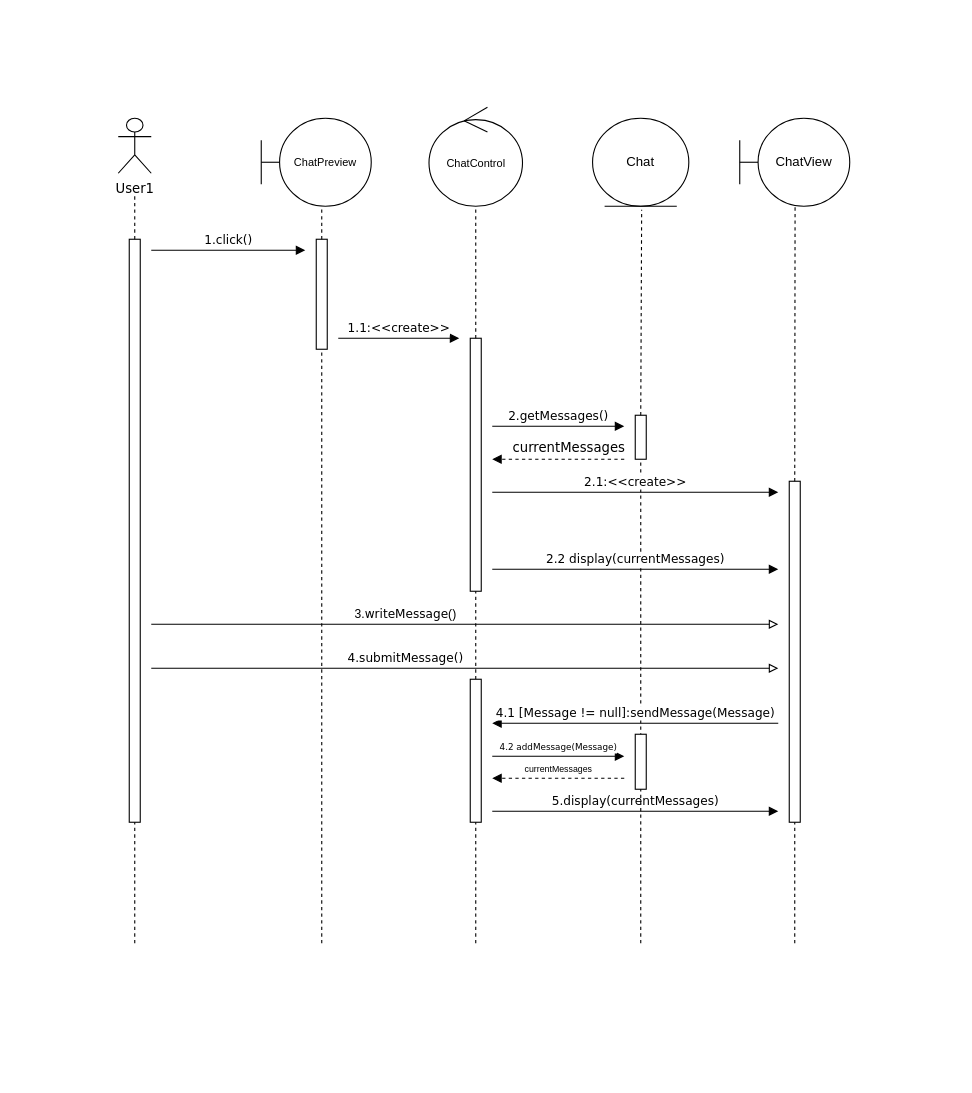
Above: Documentazione/Requirement_Analysis_Document/Sequence_Diagrams/SQ_Messaggistica_Editable.drawio in JacopoPassariello/TuringCareers (draw.io), before the change. Source tidied: cells renumbered, new cells numbered last; positions are measured from the earlier drawing's top-left corner, leaving out a move shared by most shapes. Both pictures are drawn from the tidied source at 110%, with x=0, y=0 at pixel (118, 107).
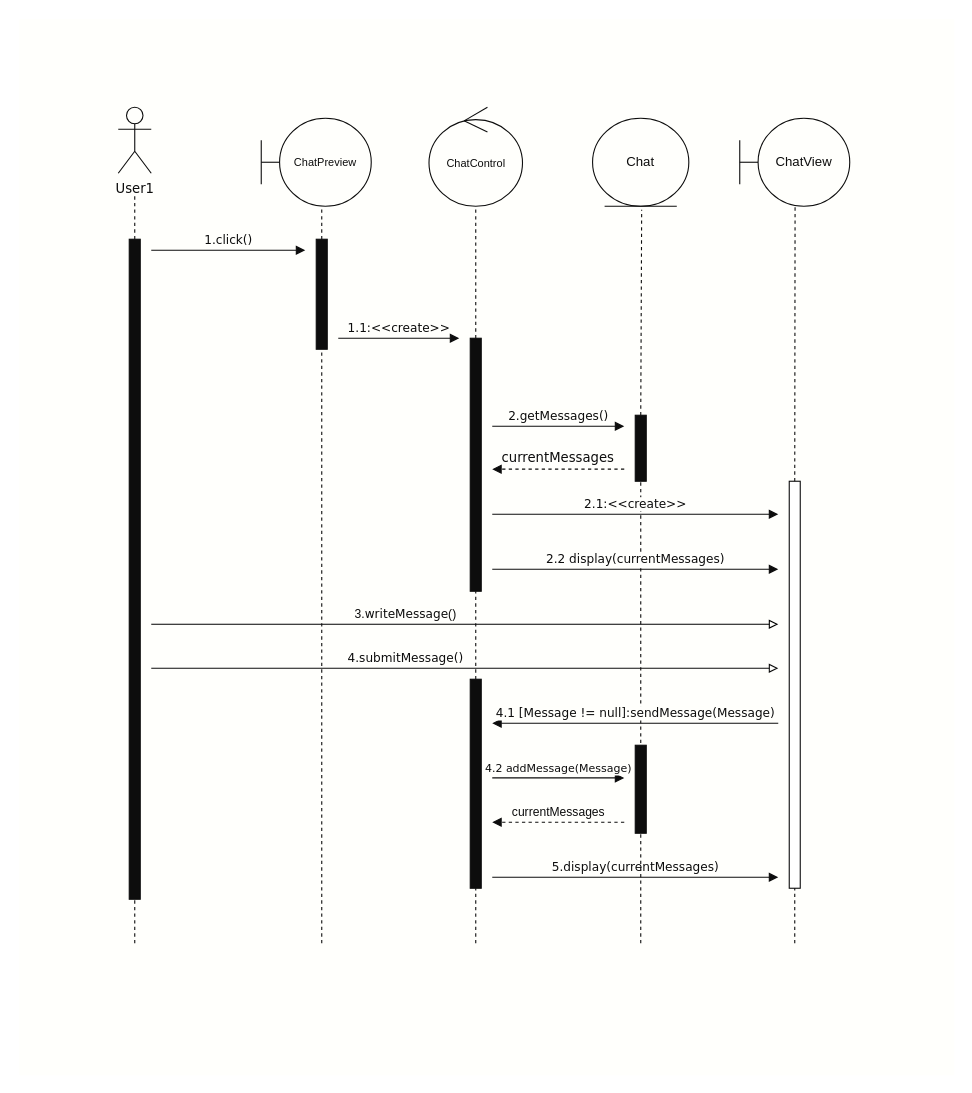
Above is the later version.

Commit message (it also covers changes not shown here):
update sequence diagrams

What changed in the source:
```diff
@@
+    <mxCell id="40" style="rounded=0;whiteSpace=wrap;html=1;strokeColor=none;fillColor=#FFFFFC;fontColor=#0D0D0D;labelBackgroundColor=#FFFFFC;" parent="1" vertex="1">
+      <mxGeometry x="-90" y="-80" width="850" height="960" as="geometry" />
+    </mxCell>
-    <mxCell id="2" value="&lt;font face=&quot;Verdana&quot;&gt;User1&lt;/font&gt;" style="shape=umlActor;verticalLabelPosition=bottom;verticalAlign=top;html=1;" parent="1" vertex="1">
-      <mxGeometry y="10" width="30" height="50" as="geometry" />
+    <mxCell id="2" value="&lt;font face=&quot;Verdana&quot;&gt;User1&lt;/font&gt;" style="shape=umlActor;verticalLabelPosition=bottom;verticalAlign=top;html=1;fontColor=#0D0D0D;strokeColor=#0D0D0D;fillColor=#FFFFFC;" parent="1" vertex="1">
+      <mxGeometry width="30" height="60" as="geometry" />
     </mxCell>
-    <mxCell id="3" value="&lt;font style=&quot;font-size: 10px;&quot;&gt;ChatPreview&lt;/font&gt;" style="shape=umlBoundary;whiteSpace=wrap;html=1;" parent="1" vertex="1">
+    <mxCell id="3" value="&lt;font style=&quot;font-size: 10px;&quot;&gt;ChatPreview&lt;/font&gt;" style="shape=umlBoundary;whiteSpace=wrap;html=1;fillColor=#FFFFFC;strokeColor=#0D0D0D;fontColor=#0D0D0D;" parent="1" vertex="1">
       <mxGeometry x="130" y="10" width="100" height="80" as="geometry" />
     </mxCell>
-    <mxCell id="4" style="rounded=0;whiteSpace=wrap;html=1;" parent="1" vertex="1">
-      <mxGeometry x="10" y="120" width="10" height="530" as="geometry" />
+    <mxCell id="4" style="rounded=0;whiteSpace=wrap;html=1;strokeColor=#0D0D0D;fillColor=#0D0D0D;" parent="1" vertex="1">
+      <mxGeometry x="10" y="120" width="10" height="600" as="geometry" />
     </mxCell>
-    <mxCell id="5" style="rounded=0;whiteSpace=wrap;html=1;" parent="1" vertex="1">
+    <mxCell id="5" style="rounded=0;whiteSpace=wrap;html=1;strokeColor=#0D0D0D;fillColor=#0D0D0D;" parent="1" vertex="1">
       <mxGeometry x="180" y="120" width="10" height="100" as="geometry" />
     </mxCell>
-    <mxCell id="6" value="&lt;font face=&quot;Verdana&quot;&gt;1.1:&amp;lt;&amp;lt;create&amp;gt;&amp;gt;&lt;/font&gt;" style="html=1;verticalAlign=bottom;endArrow=block;curved=0;rounded=0;" parent="1" edge="1">
+    <mxCell id="6" value="&lt;font style=&quot;&quot; color=&quot;#0d0d0d&quot; face=&quot;Verdana&quot;&gt;1.1:&amp;lt;&amp;lt;create&amp;gt;&amp;gt;&lt;/font&gt;" style="html=1;verticalAlign=bottom;endArrow=block;curved=0;rounded=0;strokeColor=#0D0D0D;labelBackgroundColor=none;" parent="1" edge="1">
       <mxGeometry relative="1" as="geometry">
         <mxPoint x="200" y="210" as="sourcePoint" />
         <mxPoint x="310" y="210" as="targetPoint" />
       </mxGeometry>
     </mxCell>
-    <mxCell id="7" value="&lt;font face=&quot;Verdana&quot;&gt;1.click()&lt;/font&gt;" style="html=1;verticalAlign=bottom;endArrow=block;curved=0;rounded=0;" parent="1" edge="1">
+    <mxCell id="7" value="&lt;font color=&quot;#0d0d0d&quot; style=&quot;&quot; face=&quot;Verdana&quot;&gt;1.click()&lt;/font&gt;" style="html=1;verticalAlign=bottom;endArrow=block;curved=0;rounded=0;strokeColor=#0D0D0D;labelBackgroundColor=none;" parent="1" edge="1">
       <mxGeometry relative="1" as="geometry">
         <mxPoint x="30" y="130" as="sourcePoint" />
         <mxPoint x="170" y="130" as="targetPoint" />
       </mxGeometry>
     </mxCell>
-    <mxCell id="8" value="&lt;font style=&quot;font-size: 10px;&quot;&gt;ChatControl&lt;/font&gt;" style="ellipse;shape=umlControl;whiteSpace=wrap;html=1;" parent="1" vertex="1">
+    <mxCell id="8" value="&lt;font style=&quot;font-size: 10px;&quot;&gt;ChatControl&lt;/font&gt;" style="ellipse;shape=umlControl;whiteSpace=wrap;html=1;fontColor=#0D0D0D;fillColor=#FFFFFC;strokeColor=#0D0D0D;" parent="1" vertex="1">
       <mxGeometry x="282.5" width="85" height="90" as="geometry" />
     </mxCell>
-    <mxCell id="9" style="rounded=0;whiteSpace=wrap;html=1;" parent="1" vertex="1">
+    <mxCell id="9" style="rounded=0;whiteSpace=wrap;html=1;strokeColor=#0D0D0D;fillColor=#0D0D0D;" parent="1" vertex="1">
       <mxGeometry x="320" y="210" width="10" height="230" as="geometry" />
     </mxCell>
-    <mxCell id="10" value="Chat" style="ellipse;shape=umlEntity;whiteSpace=wrap;html=1;" parent="1" vertex="1">
+    <mxCell id="10" value="Chat" style="ellipse;shape=umlEntity;whiteSpace=wrap;html=1;fontColor=#0D0D0D;fillColor=#FFFFFC;strokeColor=#0D0D0D;" parent="1" vertex="1">
       <mxGeometry x="431.2" y="10" width="87.5" height="80" as="geometry" />
     </mxCell>
-    <mxCell id="11" value="&lt;font face=&quot;Verdana&quot;&gt;2.getMessages()&lt;/font&gt;" style="html=1;verticalAlign=bottom;endArrow=block;curved=0;rounded=0;" parent="1" edge="1">
+    <mxCell id="11" value="&lt;font face=&quot;Verdana&quot;&gt;2.getMessages()&lt;/font&gt;" style="html=1;verticalAlign=bottom;endArrow=block;curved=0;rounded=0;strokeColor=#0D0D0D;fontColor=#0D0D0D;labelBackgroundColor=#FFFFFC;" parent="1" edge="1">
       <mxGeometry relative="1" as="geometry">
         <mxPoint x="340" y="290" as="sourcePoint" />
         <mxPoint x="460" y="290" as="targetPoint" />
       </mxGeometry>
     </mxCell>
-    <mxCell id="12" style="rounded=0;whiteSpace=wrap;html=1;" parent="1" vertex="1">
-      <mxGeometry x="470" y="280" width="10" height="40" as="geometry" />
+    <mxCell id="12" style="rounded=0;whiteSpace=wrap;html=1;strokeColor=#0D0D0D;fillColor=#0D0D0D;" parent="1" vertex="1">
+      <mxGeometry x="470" y="280" width="10" height="60" as="geometry" />
     </mxCell>
-    <mxCell id="13" style="endArrow=none;dashed=1;html=1;rounded=0;entryX=0.51;entryY=1.04;entryDx=0;entryDy=0;entryPerimeter=0;exitX=0.5;exitY=0;exitDx=0;exitDy=0;" parent="1" edge="1" source="12" target="10">
+    <mxCell id="13" style="endArrow=none;dashed=1;html=1;rounded=0;entryX=0.51;entryY=1.04;entryDx=0;entryDy=0;entryPerimeter=0;exitX=0.5;exitY=0;exitDx=0;exitDy=0;strokeColor=#0D0D0D;" parent="1" edge="1" source="12" target="10">
       <mxGeometry relative="1" as="geometry" />
     </mxCell>
-    <mxCell id="14" value="&lt;font face=&quot;Verdana&quot;&gt;currentMessages&lt;/font&gt;" style="text;html=1;strokeColor=none;fillColor=none;align=center;verticalAlign=middle;whiteSpace=wrap;rounded=0;" parent="1" vertex="1">
-      <mxGeometry x="360" y="300" width="100" height="20" as="geometry" />
+    <mxCell id="14" value="&lt;font face=&quot;Verdana&quot;&gt;currentMessages&lt;/font&gt;" style="text;html=1;strokeColor=none;fillColor=none;align=center;verticalAlign=middle;whiteSpace=wrap;rounded=0;fontColor=#0D0D0D;" parent="1" vertex="1">
+      <mxGeometry x="350" y="309" width="100" height="20" as="geometry" />
     </mxCell>
@@
-    <mxCell id="16" style="endArrow=none;dashed=1;html=1;rounded=0;entryX=0.5;entryY=1;entryDx=0;entryDy=0;" parent="1" edge="1" target="12">
+    <mxCell id="16" style="endArrow=none;dashed=1;html=1;rounded=0;entryX=0.5;entryY=1;entryDx=0;entryDy=0;strokeColor=#0D0D0D;" parent="1" edge="1" target="12">
       <mxGeometry relative="1" as="geometry">
         <mxPoint x="475" y="590" as="sourcePoint" />
       </mxGeometry>
     </mxCell>
-    <mxCell id="17" style="html=1;verticalAlign=bottom;labelBackgroundColor=none;endArrow=block;endFill=1;dashed=1;rounded=0;" parent="1" edge="1">
+    <mxCell id="17" style="html=1;verticalAlign=bottom;labelBackgroundColor=none;endArrow=block;endFill=1;dashed=1;rounded=0;strokeColor=#0D0D0D;" parent="1" edge="1">
       <mxGeometry relative="1" as="geometry">
-        <mxPoint x="460" y="320" as="sourcePoint" />
-        <mxPoint x="340" y="320" as="targetPoint" />
+        <mxPoint x="460" y="329" as="sourcePoint" />
+        <mxPoint x="340" y="329" as="targetPoint" />
       </mxGeometry>
     </mxCell>
-    <mxCell id="18" value="&lt;font face=&quot;Verdana&quot;&gt;2.1:&amp;lt;&amp;lt;create&amp;gt;&amp;gt;&lt;/font&gt;" style="html=1;verticalAlign=bottom;endArrow=block;curved=0;rounded=0;" parent="1" edge="1">
+    <mxCell id="18" value="&lt;font face=&quot;Verdana&quot;&gt;2.1:&amp;lt;&amp;lt;create&amp;gt;&amp;gt;&lt;/font&gt;" style="html=1;verticalAlign=bottom;endArrow=block;curved=0;rounded=0;strokeColor=#0D0D0D;fontColor=#0D0D0D;labelBackgroundColor=#FFFFFC;" parent="1" edge="1">
       <mxGeometry relative="1" as="geometry">
-        <mxPoint x="340" y="350" as="sourcePoint" />
-        <mxPoint x="600" y="350" as="targetPoint" />
+        <mxPoint x="340" y="370" as="sourcePoint" />
+        <mxPoint x="600" y="370" as="targetPoint" />
       </mxGeometry>
     </mxCell>
-    <mxCell id="19" value="&lt;div&gt;ChatView&lt;/div&gt;" style="shape=umlBoundary;whiteSpace=wrap;html=1;" parent="1" vertex="1">
+    <mxCell id="19" value="&lt;div&gt;ChatView&lt;/div&gt;" style="shape=umlBoundary;whiteSpace=wrap;html=1;fontColor=#0D0D0D;fillColor=#FFFFFC;strokeColor=#0D0D0D;" parent="1" vertex="1">
       <mxGeometry x="565" y="10" width="100" height="80" as="geometry" />
     </mxCell>
-    <mxCell id="20" style="rounded=0;whiteSpace=wrap;html=1;" parent="1" vertex="1">
-      <mxGeometry x="610" y="340" width="10" height="310" as="geometry" />
+    <mxCell id="20" style="rounded=0;whiteSpace=wrap;html=1;strokeColor=#0D0D0D;" parent="1" vertex="1">
+      <mxGeometry x="610" y="340" width="10" height="370" as="geometry" />
     </mxCell>
-    <mxCell id="21" style="endArrow=none;dashed=1;html=1;rounded=0;exitX=0.5;exitY=0;exitDx=0;exitDy=0;entryX=0.503;entryY=0.989;entryDx=0;entryDy=0;entryPerimeter=0;" parent="1" edge="1" source="20" target="19">
+    <mxCell id="21" style="endArrow=none;dashed=1;html=1;rounded=0;exitX=0.5;exitY=0;exitDx=0;exitDy=0;entryX=0.503;entryY=0.989;entryDx=0;entryDy=0;entryPerimeter=0;strokeColor=#0D0D0D;" parent="1" edge="1" source="20" target="19">
       <mxGeometry relative="1" as="geometry" />
     </mxCell>
-    <mxCell id="22" value="&lt;font face=&quot;Verdana&quot;&gt;2.2 display(currentMessages)&lt;/font&gt;" style="html=1;verticalAlign=bottom;endArrow=block;curved=0;rounded=0;" parent="1" edge="1">
+    <mxCell id="22" value="&lt;font face=&quot;Verdana&quot;&gt;2.2 display(currentMessages)&lt;/font&gt;" style="html=1;verticalAlign=bottom;endArrow=block;curved=0;rounded=0;strokeColor=#0D0D0D;fontColor=#0D0D0D;labelBackgroundColor=#FFFFFC;" parent="1" edge="1">
       <mxGeometry relative="1" as="geometry">
         <mxPoint x="340" y="420" as="sourcePoint" />
         <mxPoint x="600" y="420" as="targetPoint" />
       </mxGeometry>
     </mxCell>
-    <mxCell id="23" value="3.&lt;font face=&quot;Verdana&quot;&gt;writeMessage&lt;/font&gt;()" style="html=1;verticalAlign=bottom;endArrow=block;rounded=0;strokeColor=#000000;endFill=0;" parent="1" edge="1">
+    <mxCell id="23" value="3.&lt;font face=&quot;Verdana&quot;&gt;writeMessage&lt;/font&gt;()" style="html=1;verticalAlign=bottom;endArrow=block;rounded=0;strokeColor=#000000;endFill=0;fontColor=#0D0D0D;labelBackgroundColor=#FFFFFC;" parent="1" edge="1">
       <mxGeometry x="-0.19" relative="1" as="geometry">
         <mxPoint x="30" y="470" as="sourcePoint" />
         <mxPoint x="600" y="470" as="targetPoint" />
       </mxGeometry>
     </mxCell>
-    <mxCell id="24" value="&lt;font face=&quot;Verdana&quot;&gt;4.submitMessage()&lt;/font&gt;" style="html=1;verticalAlign=bottom;endArrow=block;curved=0;rounded=0;endFill=0;" parent="1" edge="1">
+    <mxCell id="24" value="&lt;font face=&quot;Verdana&quot;&gt;4.submitMessage()&lt;/font&gt;" style="html=1;verticalAlign=bottom;endArrow=block;curved=0;rounded=0;endFill=0;strokeColor=#0D0D0D;fontColor=#0D0D0D;labelBackgroundColor=#FFFFFC;" parent="1" edge="1">
       <mxGeometry x="-0.19" relative="1" as="geometry">
         <mxPoint x="30" y="510" as="sourcePoint" />
         <mxPoint x="600" y="510" as="targetPoint" />
       </mxGeometry>
     </mxCell>
-    <mxCell id="25" style="endArrow=none;dashed=1;html=1;rounded=0;exitX=0.5;exitY=0;exitDx=0;exitDy=0;" parent="1" edge="1" source="4">
+    <mxCell id="25" style="endArrow=none;dashed=1;html=1;rounded=0;exitX=0.5;exitY=0;exitDx=0;exitDy=0;strokeColor=#0D0D0D;" parent="1" edge="1" source="4">
       <mxGeometry relative="1" as="geometry">
         <mxPoint x="15" y="80" as="targetPoint" />
       </mxGeometry>
     </mxCell>
-    <mxCell id="26" style="endArrow=none;dashed=1;html=1;rounded=0;exitX=0.5;exitY=0;exitDx=0;exitDy=0;entryX=0.55;entryY=1.001;entryDx=0;entryDy=0;entryPerimeter=0;" parent="1" edge="1" source="5" target="3">
+    <mxCell id="26" style="endArrow=none;dashed=1;html=1;rounded=0;exitX=0.5;exitY=0;exitDx=0;exitDy=0;entryX=0.55;entryY=1.001;entryDx=0;entryDy=0;entryPerimeter=0;strokeColor=#0D0D0D;" parent="1" edge="1" source="5" target="3">
       <mxGeometry relative="1" as="geometry" />
     </mxCell>
-    <mxCell id="27" style="endArrow=none;dashed=1;html=1;rounded=0;entryX=0.5;entryY=1;entryDx=0;entryDy=0;" parent="1" edge="1" target="5">
+    <mxCell id="27" style="endArrow=none;dashed=1;html=1;rounded=0;entryX=0.5;entryY=1;entryDx=0;entryDy=0;strokeColor=#0D0D0D;" parent="1" edge="1" target="5">
       <mxGeometry relative="1" as="geometry">
         <mxPoint x="185" y="760" as="sourcePoint" />
       </mxGeometry>
     </mxCell>
-    <mxCell id="28" style="endArrow=none;dashed=1;html=1;rounded=0;exitX=0.5;exitY=0;exitDx=0;exitDy=0;" parent="1" edge="1" source="9">
+    <mxCell id="28" style="endArrow=none;dashed=1;html=1;rounded=0;exitX=0.5;exitY=0;exitDx=0;exitDy=0;strokeColor=#0D0D0D;" parent="1" edge="1" source="9">
       <mxGeometry relative="1" as="geometry">
         <mxPoint x="325" y="90" as="targetPoint" />
       </mxGeometry>
     </mxCell>
-    <mxCell id="29" style="endArrow=none;dashed=1;html=1;rounded=0;entryX=0.5;entryY=1;entryDx=0;entryDy=0;" parent="1" edge="1" target="9">
+    <mxCell id="29" style="endArrow=none;dashed=1;html=1;rounded=0;entryX=0.5;entryY=1;entryDx=0;entryDy=0;strokeColor=#0D0D0D;" parent="1" edge="1" target="9">
       <mxGeometry relative="1" as="geometry">
         <mxPoint x="325" y="520" as="sourcePoint" />
       </mxGeometry>
     </mxCell>
-    <mxCell id="30" style="rounded=0;whiteSpace=wrap;html=1;" parent="1" vertex="1">
-      <mxGeometry x="320" y="520" width="10" height="130" as="geometry" />
+    <mxCell id="30" style="rounded=0;whiteSpace=wrap;html=1;strokeColor=#0D0D0D;fillColor=#0D0D0D;" parent="1" vertex="1">
+      <mxGeometry x="320" y="520" width="10" height="190" as="geometry" />
     </mxCell>
-    <mxCell id="31" value="&lt;font face=&quot;Verdana&quot;&gt;4.1 [Message != null]:sendMessage(Message)&lt;br&gt;&lt;/font&gt;" style="html=1;verticalAlign=bottom;endArrow=block;curved=0;rounded=0;" parent="1" edge="1">
+    <mxCell id="31" value="&lt;font face=&quot;Verdana&quot;&gt;4.1 [Message != null]:sendMessage(Message)&lt;br&gt;&lt;/font&gt;" style="html=1;verticalAlign=bottom;endArrow=block;curved=0;rounded=0;fontColor=#0D0D0D;labelBackgroundColor=#FFFFFC;strokeColor=#0D0D0D;" parent="1" edge="1">
       <mxGeometry relative="1" as="geometry">
         <mxPoint x="600" y="560" as="sourcePoint" />
         <mxPoint x="340" y="560" as="targetPoint" />
       </mxGeometry>
     </mxCell>
-    <mxCell id="32" style="rounded=0;whiteSpace=wrap;html=1;" parent="1" vertex="1">
-      <mxGeometry x="470" y="570" width="10" height="50" as="geometry" />
+    <mxCell id="32" style="rounded=0;whiteSpace=wrap;html=1;strokeColor=#0D0D0D;fillColor=#0D0D0D;" parent="1" vertex="1">
+      <mxGeometry x="470" y="580" width="10" height="80" as="geometry" />
     </mxCell>
-    <mxCell id="33" value="&lt;font style=&quot;font-size: 8px;&quot; face=&quot;Verdana&quot;&gt;4.2 addMessage(Message)&lt;br&gt;&lt;/font&gt;" style="html=1;verticalAlign=bottom;endArrow=block;curved=0;rounded=0;" parent="1" edge="1">
+    <mxCell id="33" value="&lt;font style=&quot;&quot; face=&quot;Verdana&quot;&gt;&lt;font style=&quot;font-size: 10px;&quot;&gt;4.2 addMessage(Message)&lt;/font&gt;&lt;br&gt;&lt;/font&gt;" style="html=1;verticalAlign=bottom;endArrow=block;curved=0;rounded=0;fontColor=#0D0D0D;labelBackgroundColor=#FFFFFC;strokeColor=#0D0D0D;" parent="1" edge="1">
       <mxGeometry relative="1" as="geometry">
-        <mxPoint x="340" y="590" as="sourcePoint" />
-        <mxPoint x="460" y="590" as="targetPoint" />
+        <mxPoint x="340" y="609.7" as="sourcePoint" />
+        <mxPoint x="460" y="609.7" as="targetPoint" />
       </mxGeometry>
     </mxCell>
-    <mxCell id="34" value="&lt;font style=&quot;font-size: 8px;&quot;&gt;currentMessages&lt;/font&gt;" style="html=1;verticalAlign=bottom;endArrow=block;curved=0;rounded=0;dashed=1;" parent="1" edge="1">
+    <mxCell id="34" value="&lt;font style=&quot;font-size: 11px;&quot;&gt;currentMessages&lt;/font&gt;" style="html=1;verticalAlign=bottom;endArrow=block;curved=0;rounded=0;dashed=1;fontColor=#0D0D0D;labelBackgroundColor=#FFFFFC;strokeColor=#0D0D0D;" parent="1" edge="1">
       <mxGeometry relative="1" as="geometry">
-        <mxPoint x="460" y="610" as="sourcePoint" />
-        <mxPoint x="340" y="610" as="targetPoint" />
+        <mxPoint x="460" y="650" as="sourcePoint" />
+        <mxPoint x="340" y="650" as="targetPoint" />
       </mxGeometry>
     </mxCell>
-    <mxCell id="35" value="&lt;font face=&quot;Verdana&quot;&gt;5.display(currentMessages)&lt;/font&gt;" style="html=1;verticalAlign=bottom;endArrow=block;curved=0;rounded=0;" parent="1" edge="1">
+    <mxCell id="35" value="&lt;font face=&quot;Verdana&quot;&gt;5.display(currentMessages)&lt;/font&gt;" style="html=1;verticalAlign=bottom;endArrow=block;curved=0;rounded=0;strokeColor=#0D0D0D;fontColor=#0D0D0D;labelBackgroundColor=#FFFFFC;" parent="1" edge="1">
       <mxGeometry relative="1" as="geometry">
-        <mxPoint x="340" y="640" as="sourcePoint" />
-        <mxPoint x="600" y="640" as="targetPoint" />
+        <mxPoint x="340" y="700" as="sourcePoint" />
+        <mxPoint x="600" y="700" as="targetPoint" />
       </mxGeometry>
     </mxCell>
-    <mxCell id="36" style="endArrow=none;dashed=1;html=1;rounded=0;entryX=0.5;entryY=1;entryDx=0;entryDy=0;" parent="1" edge="1" target="4">
+    <mxCell id="36" style="endArrow=none;dashed=1;html=1;rounded=0;entryX=0.5;entryY=1;entryDx=0;entryDy=0;strokeColor=#0D0D0D;" parent="1" edge="1" target="4">
       <mxGeometry relative="1" as="geometry">
         <mxPoint x="15" y="760" as="sourcePoint" />
       </mxGeometry>
     </mxCell>
-    <mxCell id="37" style="endArrow=none;dashed=1;html=1;rounded=0;entryX=0.5;entryY=1;entryDx=0;entryDy=0;" parent="1" edge="1" target="20">
+    <mxCell id="37" style="endArrow=none;dashed=1;html=1;rounded=0;entryX=0.5;entryY=1;entryDx=0;entryDy=0;strokeColor=#0D0D0D;" parent="1" edge="1" target="20">
       <mxGeometry relative="1" as="geometry">
         <mxPoint x="615" y="760" as="sourcePoint" />
       </mxGeometry>
     </mxCell>
-    <mxCell id="38" style="endArrow=none;dashed=1;html=1;rounded=0;entryX=0.5;entryY=1;entryDx=0;entryDy=0;" parent="1" edge="1" target="30">
+    <mxCell id="38" style="endArrow=none;dashed=1;html=1;rounded=0;entryX=0.5;entryY=1;entryDx=0;entryDy=0;strokeColor=#0D0D0D;" parent="1" edge="1" target="30">
       <mxGeometry relative="1" as="geometry">
         <mxPoint x="325" y="760" as="sourcePoint" />
       </mxGeometry>
     </mxCell>
-    <mxCell id="39" style="endArrow=none;dashed=1;html=1;rounded=0;entryX=0.5;entryY=1;entryDx=0;entryDy=0;" parent="1" edge="1" target="32">
+    <mxCell id="39" style="endArrow=none;dashed=1;html=1;rounded=0;entryX=0.5;entryY=1;entryDx=0;entryDy=0;strokeColor=#0D0D0D;" parent="1" edge="1" target="32">
       <mxGeometry relative="1" as="geometry">
         <mxPoint x="475" y="760" as="sourcePoint" />
       </mxGeometry>
     </mxCell>
```
